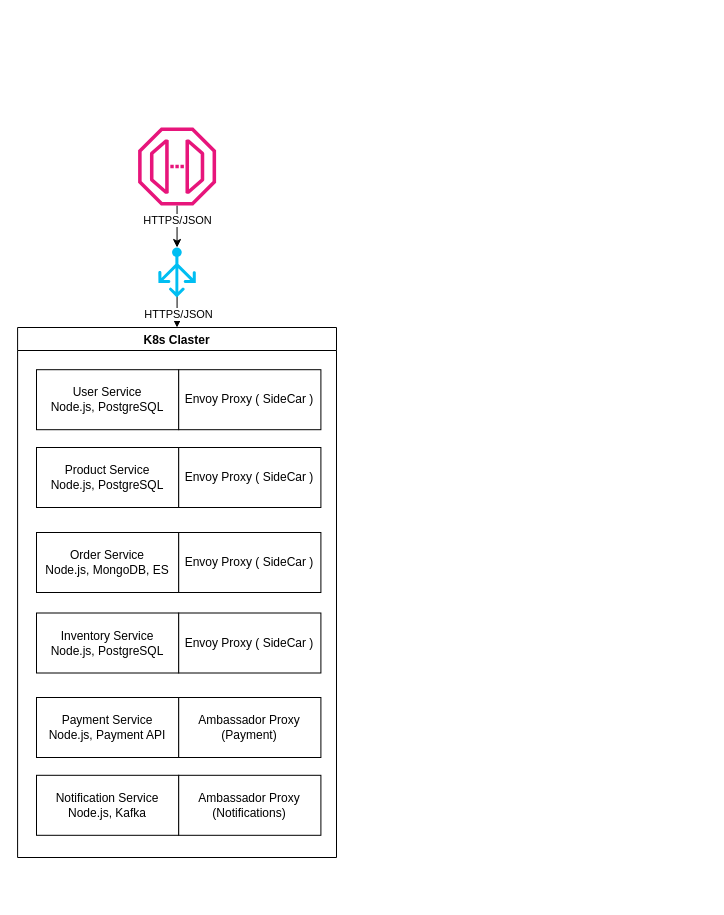
Above: ABC C1.drawio in IlyaMoskva/diagrams (draw.io), before the change. Source tidied: cells renumbered, new cells numbered last; positions are measured from the earlier drawing's top-left corner, leaving out a move shared by most shapes. Both pictures are drawn from the tidied source at 100%, with x=0, y=0 at pixel (17, 127).
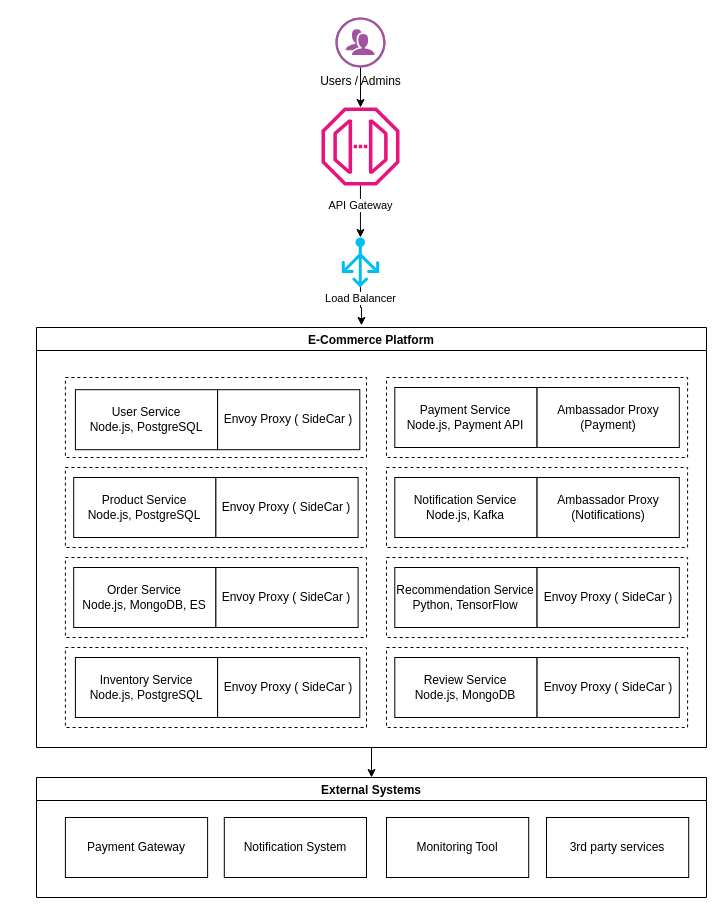
After the change.

Unchanged cells that the change refers to:
```xml
<mxCell id="2" style="edgeStyle=orthogonalEdgeStyle;rounded=0;jettySize=auto;html=1;entryX=0.5;entryY=0;entryDx=0;entryDy=0;entryPerimeter=0;" parent="1" edge="1" source="19" target="20">
  <mxGeometry relative="1" as="geometry" />
</mxCell>
```

The edit, as a diff of the source:
```diff
@@
-    <mxCell id="3" value="HTTPS/JSON" style="edgeLabel;html=1;align=center;verticalAlign=middle;" parent="2" vertex="1">
+    <mxCell id="3" value="API Gateway" style="edgeLabel;html=1;align=center;verticalAlign=middle;" parent="2" vertex="1">
       <mxGeometry x="0.01" y="-4" relative="1" as="geometry">
         <mxPoint x="4" y="-7" as="offset" />
       </mxGeometry>
     </mxCell>
-    <mxCell id="4" style="edgeStyle=orthogonalEdgeStyle;rounded=0;jettySize=auto;html=1;exitX=0.5;exitY=0.78;exitDx=0;exitDy=0;exitPerimeter=0;" parent="1" edge="1" source="20" target="6">
+    <mxCell id="4" style="edgeStyle=orthogonalEdgeStyle;rounded=0;jettySize=auto;html=1;exitX=0.5;exitY=0.78;exitDx=0;exitDy=0;exitPerimeter=0;entryX=0.485;entryY=-0.005;entryDx=0;entryDy=0;entryPerimeter=0;" parent="1" edge="1" source="20" target="6">
       <mxGeometry relative="1" as="geometry" />
     </mxCell>
-    <mxCell id="5" value="HTTPS/JSON" style="edgeLabel;html=1;align=center;verticalAlign=middle;" parent="4" vertex="1">
-      <mxGeometry x="0.37" y="1" relative="1" as="geometry" />
+    <mxCell id="5" value="Load Balancer" style="edgeLabel;html=1;align=center;verticalAlign=middle;" parent="4" vertex="1">
+      <mxGeometry x="0.37" y="1" relative="1" as="geometry">
+        <mxPoint x="-2" y="-12" as="offset" />
+      </mxGeometry>
     </mxCell>
+    <mxCell id="21" style="edgeStyle=orthogonalEdgeStyle;rounded=0;jettySize=auto;html=1;" parent="1" edge="1" source="6" target="36">
+      <mxGeometry relative="1" as="geometry" />
+    </mxCell>
-    <mxCell id="6" value="K8s Claster" style="swimlane;" parent="1" vertex="1">
-      <mxGeometry x="0.1" y="200" width="318.9" height="530" as="geometry" />
+    <mxCell id="6" value="E-Commerce Platform" style="swimlane;" parent="1" vertex="1">
+      <mxGeometry x="19" y="200" width="670" height="420" as="geometry" />
     </mxCell>
+    <mxCell id="22" style="whiteSpace=wrap;html=1;dashed=1;" parent="6" vertex="1">
+      <mxGeometry x="350" y="140" width="301.1" height="80" as="geometry" />
+    </mxCell>
+    <mxCell id="23" style="whiteSpace=wrap;html=1;dashed=1;" parent="6" vertex="1">
+      <mxGeometry x="350" y="50" width="301.1" height="80" as="geometry" />
+    </mxCell>
+    <mxCell id="24" style="whiteSpace=wrap;html=1;dashed=1;" parent="6" vertex="1">
+      <mxGeometry x="28.9" y="320" width="301.1" height="80" as="geometry" />
+    </mxCell>
+    <mxCell id="25" style="whiteSpace=wrap;html=1;dashed=1;" parent="6" vertex="1">
+      <mxGeometry x="28.9" y="230" width="301.1" height="80" as="geometry" />
+    </mxCell>
+    <mxCell id="26" style="whiteSpace=wrap;html=1;dashed=1;" parent="6" vertex="1">
+      <mxGeometry x="28.9" y="140" width="301.1" height="80" as="geometry" />
+    </mxCell>
+    <mxCell id="27" style="whiteSpace=wrap;html=1;dashed=1;" parent="6" vertex="1">
+      <mxGeometry x="28.9" y="50" width="301.1" height="80" as="geometry" />
+    </mxCell>
     <mxCell id="7" value="User Service&lt;div&gt;Node.js, PostgreSQL&lt;/div&gt;" style="whiteSpace=wrap;html=1;" parent="6" vertex="1">
-      <mxGeometry x="18.9" y="42.2" width="142.2" height="60" as="geometry" />
+      <mxGeometry x="38.9" y="62.2" width="142.2" height="60" as="geometry" />
     </mxCell>
     <mxCell id="8" value="Payment Service&lt;div&gt;Node.js, Payment API&lt;/div&gt;" style="whiteSpace=wrap;html=1;" parent="6" vertex="1">
-      <mxGeometry x="18.9" y="370" width="142.2" height="60" as="geometry" />
+      <mxGeometry x="358.3" y="60" width="142.2" height="60" as="geometry" />
     </mxCell>
     <mxCell id="9" value="Notification Service&lt;div&gt;Node.js, Kafka&lt;/div&gt;" style="whiteSpace=wrap;html=1;" parent="6" vertex="1">
-      <mxGeometry x="18.9" y="447.8" width="142.2" height="60" as="geometry" />
+      <mxGeometry x="358.3" y="150" width="142.2" height="60" as="geometry" />
     </mxCell>
     <mxCell id="10" value="Inventory Service&lt;div&gt;Node.js, PostgreSQL&lt;/div&gt;" style="whiteSpace=wrap;html=1;" parent="6" vertex="1">
-      <mxGeometry x="18.9" y="285.5" width="142.2" height="60" as="geometry" />
+      <mxGeometry x="38.9" y="330" width="142.2" height="60" as="geometry" />
     </mxCell>
     <mxCell id="11" value="Order Service&lt;div&gt;Node.js, MongoDB, ES&lt;/div&gt;" style="whiteSpace=wrap;html=1;" parent="6" vertex="1">
-      <mxGeometry x="18.9" y="205" width="142.2" height="60" as="geometry" />
+      <mxGeometry x="37.2" y="240" width="142.2" height="60" as="geometry" />
     </mxCell>
     <mxCell id="12" value="Product Service&lt;div&gt;Node.js, PostgreSQL&lt;/div&gt;" style="whiteSpace=wrap;html=1;" parent="6" vertex="1">
-      <mxGeometry x="18.9" y="120" width="142.2" height="60" as="geometry" />
+      <mxGeometry x="37.2" y="150" width="142.2" height="60" as="geometry" />
     </mxCell>
     <mxCell id="13" value="Envoy Proxy ( SideCar )" style="whiteSpace=wrap;html=1;" parent="6" vertex="1">
-      <mxGeometry x="161.1" y="42.2" width="142.2" height="60" as="geometry" />
+      <mxGeometry x="181.1" y="62.2" width="142.2" height="60" as="geometry" />
     </mxCell>
     <mxCell id="14" value="Envoy Proxy ( SideCar )" style="whiteSpace=wrap;html=1;" parent="6" vertex="1">
-      <mxGeometry x="161.1" y="120" width="142.2" height="60" as="geometry" />
+      <mxGeometry x="179.4" y="150" width="142.2" height="60" as="geometry" />
     </mxCell>
     <mxCell id="15" value="Envoy Proxy ( SideCar )" style="whiteSpace=wrap;html=1;" parent="6" vertex="1">
-      <mxGeometry x="161.1" y="205" width="142.2" height="60" as="geometry" />
+      <mxGeometry x="179.4" y="240" width="142.2" height="60" as="geometry" />
     </mxCell>
     <mxCell id="16" value="Envoy Proxy ( SideCar )" style="whiteSpace=wrap;html=1;" parent="6" vertex="1">
-      <mxGeometry x="161.1" y="285.5" width="142.2" height="60" as="geometry" />
+      <mxGeometry x="181.1" y="330" width="142.2" height="60" as="geometry" />
     </mxCell>
     <mxCell id="17" value="Ambassador Proxy (Payment)" style="whiteSpace=wrap;html=1;" parent="6" vertex="1">
-      <mxGeometry x="161.1" y="370" width="142.2" height="60" as="geometry" />
+      <mxGeometry x="500.6" y="60" width="142.2" height="60" as="geometry" />
     </mxCell>
     <mxCell id="18" value="Ambassador Proxy (Notifications)" style="whiteSpace=wrap;html=1;" parent="6" vertex="1">
-      <mxGeometry x="161.1" y="447.8" width="142.2" height="60" as="geometry" />
+      <mxGeometry x="500.6" y="150" width="142.2" height="60" as="geometry" />
     </mxCell>
+    <mxCell id="28" style="whiteSpace=wrap;html=1;dashed=1;" parent="6" vertex="1">
+      <mxGeometry x="350" y="320" width="301.1" height="80" as="geometry" />
+    </mxCell>
+    <mxCell id="29" style="whiteSpace=wrap;html=1;dashed=1;" parent="6" vertex="1">
+      <mxGeometry x="350" y="230" width="301.1" height="80" as="geometry" />
+    </mxCell>
+    <mxCell id="30" value="Recommendation Service&lt;div&gt;Python, TensorFlow&lt;/div&gt;" style="whiteSpace=wrap;html=1;" parent="6" vertex="1">
+      <mxGeometry x="358.3" y="240" width="142.2" height="60" as="geometry" />
+    </mxCell>
+    <mxCell id="31" value="Review Service&lt;div&gt;Node.js, MongoDB&lt;/div&gt;" style="whiteSpace=wrap;html=1;" parent="6" vertex="1">
+      <mxGeometry x="358.3" y="330" width="142.2" height="60" as="geometry" />
+    </mxCell>
+    <mxCell id="32" value="Envoy Proxy ( SideCar )" style="whiteSpace=wrap;html=1;" parent="6" vertex="1">
+      <mxGeometry x="500.6" y="240" width="142.2" height="60" as="geometry" />
+    </mxCell>
+    <mxCell id="33" value="Envoy Proxy ( SideCar )" style="whiteSpace=wrap;html=1;" parent="6" vertex="1">
+      <mxGeometry x="500.6" y="330" width="142.2" height="60" as="geometry" />
+    </mxCell>
     <mxCell id="19" style="sketch=0;outlineConnect=0;fontColor=#232F3E;gradientColor=none;fillColor=#E7157B;strokeColor=none;dashed=0;verticalLabelPosition=bottom;verticalAlign=top;align=center;html=1;fontSize=12;fontStyle=0;shape=mxgraph.aws4.endpoint;" parent="1" vertex="1">
-      <mxGeometry x="120.6" width="78" height="78" as="geometry" />
+      <mxGeometry x="304" y="-20" width="78" height="78" as="geometry" />
     </mxCell>
     <mxCell id="20" style="verticalLabelPosition=bottom;html=1;verticalAlign=top;align=center;strokeColor=none;fillColor=#00BEF2;shape=mxgraph.azure.load_balancer_generic;" parent="1" vertex="1">
-      <mxGeometry x="140.8" y="120" width="37.5" height="50" as="geometry" />
+      <mxGeometry x="324.2" y="110" width="37.5" height="50" as="geometry" />
     </mxCell>
+    <mxCell id="34" style="edgeStyle=orthogonalEdgeStyle;rounded=0;jettySize=auto;html=1;" parent="1" edge="1" source="35" target="19">
+      <mxGeometry relative="1" as="geometry" />
+    </mxCell>
+    <mxCell id="35" value="Users / Admins" style="verticalLabelPosition=bottom;sketch=0;html=1;fillColor=#A153A0;strokeColor=#ffffff;verticalAlign=top;align=center;points=[[0,0.5,0],[0.125,0.25,0],[0.25,0,0],[0.5,0,0],[0.75,0,0],[0.875,0.25,0],[1,0.5,0],[0.875,0.75,0],[0.75,1,0],[0.5,1,0],[0.125,0.75,0]];shape=mxgraph.cisco_safe.compositeIcon;bgIcon=ellipse;resIcon=mxgraph.cisco_safe.design.users;" parent="1" vertex="1">
+      <mxGeometry x="318" y="-110" width="50" height="50" as="geometry" />
+    </mxCell>
+    <mxCell id="36" value="External Systems" style="swimlane;" parent="1" vertex="1">
+      <mxGeometry x="19" y="650" width="670" height="120" as="geometry" />
+    </mxCell>
+    <mxCell id="37" value="Payment Gateway" style="whiteSpace=wrap;html=1;" parent="36" vertex="1">
+      <mxGeometry x="28.9" y="40" width="142.2" height="60" as="geometry" />
+    </mxCell>
+    <mxCell id="38" value="Notification System" style="whiteSpace=wrap;html=1;" parent="36" vertex="1">
+      <mxGeometry x="187.8" y="40" width="142.2" height="60" as="geometry" />
+    </mxCell>
+    <mxCell id="39" value="Monitoring Tool" style="whiteSpace=wrap;html=1;" parent="36" vertex="1">
+      <mxGeometry x="350" y="40" width="142.2" height="60" as="geometry" />
+    </mxCell>
+    <mxCell id="40" value="3rd party services" style="whiteSpace=wrap;html=1;" parent="36" vertex="1">
+      <mxGeometry x="510" y="40" width="142.2" height="60" as="geometry" />
+    </mxCell>
```
